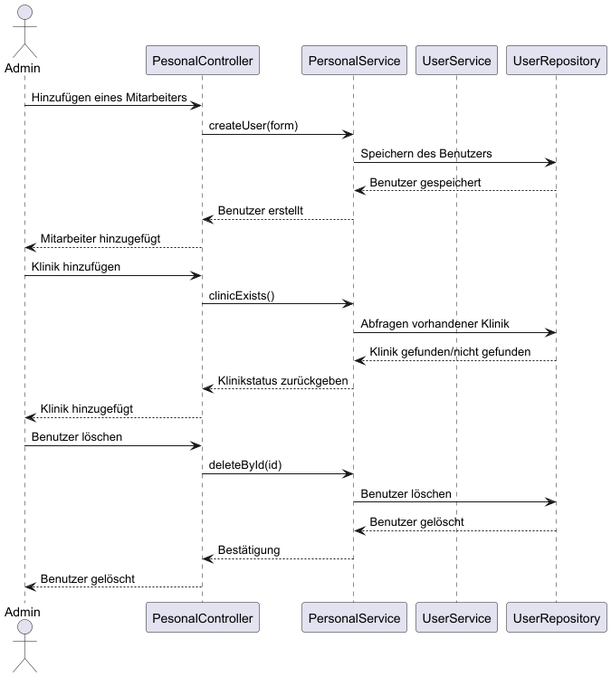
The PlantUML diagram src/main/asciidoc/models/design/personal2.png in Jack4948/Apotheke-G5-Public, before a commit. Source of this version:
```plantuml
@startuml
actor Admin
participant "PesonalController" as PC
participant "PersonalService" as PS
participant "UserService" as US
participant "UserRepository" as UR

Admin -> PC: Hinzufügen eines Mitarbeiters
PC -> PS: createUser(form)
PS -> UR: Speichern des Benutzers
UR --> PS: Benutzer gespeichert
PS --> PC: Benutzer erstellt
PC --> Admin: Mitarbeiter hinzugefügt

Admin -> PC: Klinik hinzufügen
PC -> PS: clinicExists()
PS -> UR: Abfragen vorhandener Klinik
UR --> PS: Klinik gefunden/nicht gefunden
PS --> PC: Klinikstatus zurückgeben
PC --> Admin: Klinik hinzugefügt

Admin -> PC: Benutzer löschen
PC -> PS: deleteById(id)
PS -> UR: Benutzer löschen
UR --> PS: Benutzer gelöscht
PS --> PC: Bestätigung
PC --> Admin: Benutzer gelöscht

@enduml
```
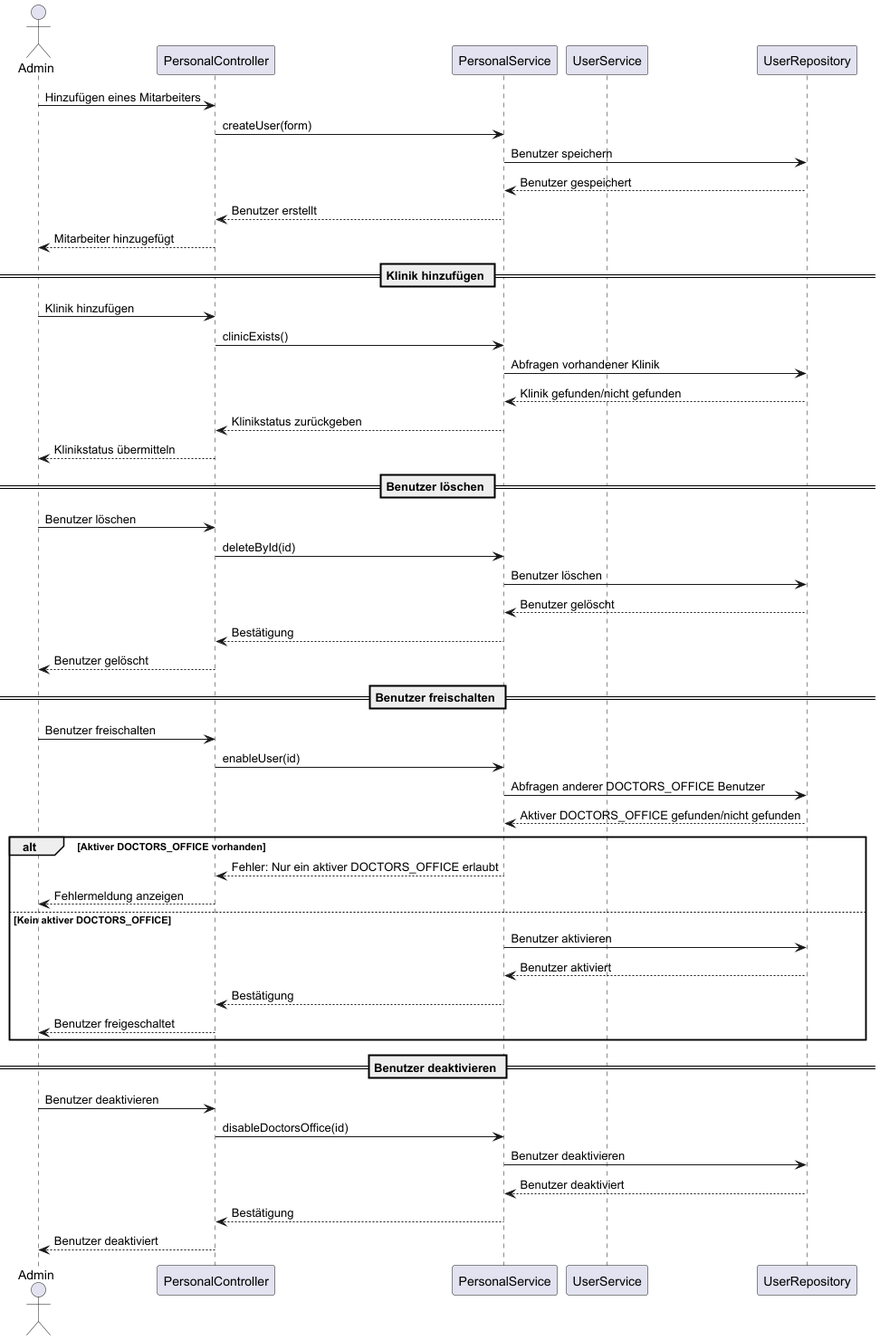
Above is the later version.

What changed in the source:
```diff
@@ -1,24 +1,26 @@
 @startuml
 actor Admin
-participant "PesonalController" as PC
+participant "PersonalController" as PC
 participant "PersonalService" as PS
 participant "UserService" as US
 participant "UserRepository" as UR
 
 Admin -> PC: Hinzufügen eines Mitarbeiters
 PC -> PS: createUser(form)
-PS -> UR: Speichern des Benutzers
+PS -> UR: Benutzer speichern
 UR --> PS: Benutzer gespeichert
 PS --> PC: Benutzer erstellt
 PC --> Admin: Mitarbeiter hinzugefügt
 
+== Klinik hinzufügen ==
 Admin -> PC: Klinik hinzufügen
 PC -> PS: clinicExists()
 PS -> UR: Abfragen vorhandener Klinik
 UR --> PS: Klinik gefunden/nicht gefunden
 PS --> PC: Klinikstatus zurückgeben
-PC --> Admin: Klinik hinzugefügt
+PC --> Admin: Klinikstatus übermitteln
 
+== Benutzer löschen ==
 Admin -> PC: Benutzer löschen
 PC -> PS: deleteById(id)
 PS -> UR: Benutzer löschen
@@ -26,4 +28,27 @@
 PS --> PC: Bestätigung
 PC --> Admin: Benutzer gelöscht
 
+== Benutzer freischalten ==
+Admin -> PC: Benutzer freischalten
+PC -> PS: enableUser(id)
+PS -> UR: Abfragen anderer DOCTORS_OFFICE Benutzer
+UR --> PS: Aktiver DOCTORS_OFFICE gefunden/nicht gefunden
+alt Aktiver DOCTORS_OFFICE vorhanden
+    PS --> PC: Fehler: Nur ein aktiver DOCTORS_OFFICE erlaubt
+    PC --> Admin: Fehlermeldung anzeigen
+else Kein aktiver DOCTORS_OFFICE
+    PS -> UR: Benutzer aktivieren
+    UR --> PS: Benutzer aktiviert
+    PS --> PC: Bestätigung
+    PC --> Admin: Benutzer freigeschaltet
+end
+
+== Benutzer deaktivieren ==
+Admin -> PC: Benutzer deaktivieren
+PC -> PS: disableDoctorsOffice(id)
+PS -> UR: Benutzer deaktivieren
+UR --> PS: Benutzer deaktiviert
+PS --> PC: Bestätigung
+PC --> Admin: Benutzer deaktiviert
+
 @enduml
```
